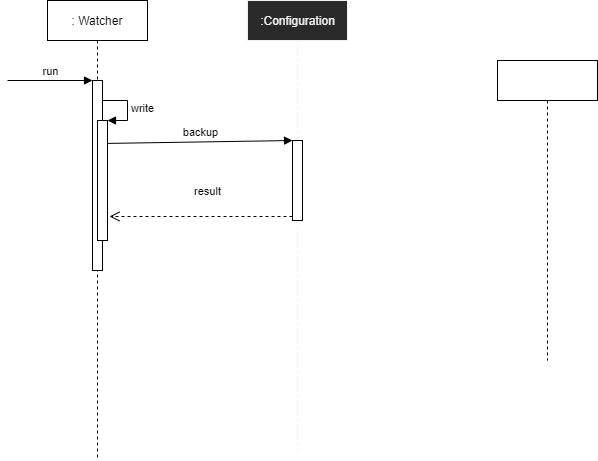
Before: uml.time.drawio.png, a diagram exported from draw.io (NavyD/linux-configuration). Source tidied: cells renumbered, new cells last; positions are measured from the earlier drawing's top-left corner, leaving out a move shared by most shapes.
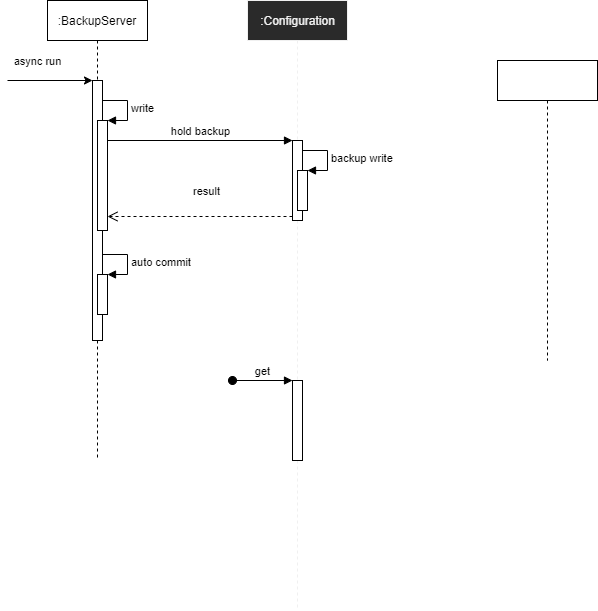
The same file after the commit.

Diff of the diagram source:
```diff
@@ -2,14 +2,14 @@
   <root>
     <mxCell id="0" />
     <mxCell id="1" parent="0" />
-    <mxCell id="2" value=": Watcher" style="shape=umlLifeline;perimeter=lifelinePerimeter;whiteSpace=wrap;html=1;" parent="1" vertex="1">
+    <mxCell id="2" value=":BackupServer" style="shape=umlLifeline;perimeter=lifelinePerimeter;whiteSpace=wrap;html=1;" parent="1" vertex="1">
       <mxGeometry x="40" width="100" height="460" as="geometry" />
     </mxCell>
     <mxCell id="3" style="html=1;points=[];perimeter=orthogonalPerimeter;" parent="2" vertex="1">
-      <mxGeometry x="45" y="80" width="10" height="190" as="geometry" />
+      <mxGeometry x="45" y="80" width="10" height="260" as="geometry" />
     </mxCell>
     <mxCell id="4" style="html=1;points=[];perimeter=orthogonalPerimeter;" parent="2" vertex="1">
-      <mxGeometry x="50" y="120" width="10" height="120" as="geometry" />
+      <mxGeometry x="50" y="120" width="10" height="110" as="geometry" />
     </mxCell>
     <mxCell id="5" value="write" style="edgeStyle=orthogonalEdgeStyle;html=1;align=left;spacingLeft=2;endArrow=block;rounded=0;entryX=1;entryY=0;" parent="2" edge="1" target="4">
       <mxGeometry relative="1" as="geometry">
@@ -19,24 +19,56 @@
         </Array>
       </mxGeometry>
     </mxCell>
+    <mxCell id="12" style="html=1;points=[];perimeter=orthogonalPerimeter;" parent="2" vertex="1">
+      <mxGeometry x="50" y="274" width="10" height="40" as="geometry" />
+    </mxCell>
+    <mxCell id="13" value="auto commit" style="edgeStyle=orthogonalEdgeStyle;html=1;align=left;spacingLeft=2;endArrow=block;rounded=0;entryX=1;entryY=0;" parent="2" edge="1" target="12">
+      <mxGeometry relative="1" as="geometry">
+        <mxPoint x="55" y="254" as="sourcePoint" />
+        <Array as="points">
+          <mxPoint x="80" y="254" />
+        </Array>
+      </mxGeometry>
+    </mxCell>
     <mxCell id="6" value=":Configuration" style="html=1;perimeter=orthogonalPerimeter;shape=umlLifeline;participant=label;fontFamily=Helvetica;fontSize=12;fontColor=#f0f0f0;align=center;strokeColor=#f0f0f0;fillColor=#2a2a2a;" parent="1" vertex="1">
-      <mxGeometry x="240" width="100" height="450" as="geometry" />
+      <mxGeometry x="240" width="100" height="610" as="geometry" />
     </mxCell>
     <mxCell id="7" style="html=1;points=[];perimeter=orthogonalPerimeter;" parent="6" vertex="1">
       <mxGeometry x="45" y="140" width="10" height="80" as="geometry" />
     </mxCell>
+    <mxCell id="14" style="html=1;points=[];perimeter=orthogonalPerimeter;" parent="6" vertex="1">
+      <mxGeometry x="50" y="170" width="10" height="40" as="geometry" />
+    </mxCell>
+    <mxCell id="15" value="backup write" style="edgeStyle=orthogonalEdgeStyle;html=1;align=left;spacingLeft=2;endArrow=block;rounded=0;entryX=1;entryY=0;" parent="6" edge="1" target="14">
+      <mxGeometry relative="1" as="geometry">
+        <mxPoint x="55" y="150" as="sourcePoint" />
+        <Array as="points">
+          <mxPoint x="80" y="150" />
+        </Array>
+      </mxGeometry>
+    </mxCell>
+    <mxCell id="16" style="html=1;points=[];perimeter=orthogonalPerimeter;" parent="6" vertex="1">
+      <mxGeometry x="45" y="380" width="10" height="80" as="geometry" />
+    </mxCell>
+    <mxCell id="17" value="get" style="html=1;verticalAlign=bottom;startArrow=oval;endArrow=block;startSize=8;" parent="6" edge="1" target="16">
+      <mxGeometry relative="1" as="geometry">
+        <mxPoint x="-15" y="380" as="sourcePoint" />
+      </mxGeometry>
+    </mxCell>
-    <mxCell id="8" value="run" style="html=1;verticalAlign=bottom;endArrow=block;" parent="1" edge="1" target="3">
-      <mxGeometry relative="1" as="geometry">
+    <mxCell id="8" value="async run" style="html=1;verticalAlign=bottom;endArrow=classic;endFill=1;" parent="1" edge="1" target="3">
+      <mxGeometry x="-0.29" y="10" relative="1" as="geometry">
         <mxPoint y="80" as="sourcePoint" />
       </mxGeometry>
     </mxCell>
     <mxCell id="9" style="shape=umlLifeline;perimeter=lifelinePerimeter;whiteSpace=wrap;html=1;" parent="1" vertex="1">
       <mxGeometry x="490" y="60" width="100" height="300" as="geometry" />
     </mxCell>
-    <mxCell id="10" value="backup" style="html=1;verticalAlign=bottom;endArrow=block;entryX=0;entryY=0;exitX=1;exitY=0.191;exitDx=0;exitDy=0;exitPerimeter=0;" parent="1" edge="1" source="4" target="7">
-      <mxGeometry relative="1" as="geometry" />
+    <mxCell id="10" value="hold backup" style="html=1;verticalAlign=bottom;endArrow=block;entryX=0;entryY=0;" parent="1" edge="1" target="7">
+      <mxGeometry relative="1" as="geometry">
+        <mxPoint x="100" y="140" as="sourcePoint" />
+      </mxGeometry>
     </mxCell>
-    <mxCell id="11" value="result" style="html=1;verticalAlign=bottom;endArrow=open;dashed=1;endSize=8;exitX=0;exitY=0.95;entryX=1.2;entryY=0.8;entryDx=0;entryDy=0;entryPerimeter=0;" parent="1" edge="1" source="7" target="4">
+    <mxCell id="11" value="result" style="html=1;verticalAlign=bottom;endArrow=open;dashed=1;endSize=8;exitX=0;exitY=0.95;" parent="1" edge="1" source="7" target="4">
       <mxGeometry x="-0.07" y="-16" relative="1" as="geometry" />
     </mxCell>
   </root>
```
